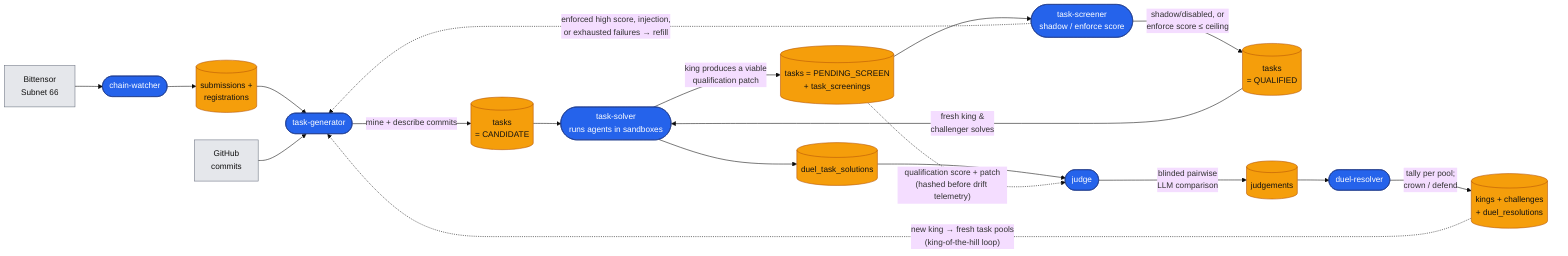
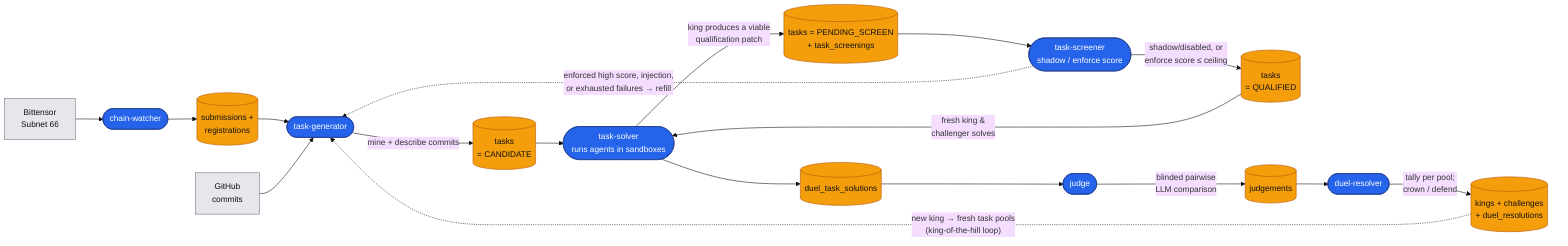
%%{init: {"theme": "base", "themeVariables": {"fontSize": "15px"}}}%%
flowchart LR
    chain["Bittensor<br/>Subnet 66"]
    gh["GitHub<br/>commits"]

    cw(["chain-watcher"])
    tg(["task-generator"])
    ts(["task-solver<br/>runs agents in sandboxes"])
    sc(["task-screener<br/>shadow / enforce score"])
    jd(["judge"])
    dr(["duel-resolver"])

    subm[("submissions +<br/>registrations")]
    tasks[("tasks<br/>= CANDIDATE")]
    screening[("tasks = PENDING_SCREEN<br/>+ task_screenings")]
    qualified[("tasks<br/>= QUALIFIED")]
    solutions[("duel_task_solutions")]
    judg[("judgements")]
    reign[("kings + challenges<br/>+ duel_resolutions")]

    chain --> cw --> subm
    subm --> tg
    gh --> tg
    tg -->|"mine + describe commits"| tasks
    tasks --> ts
    ts -->|"king produces a viable<br/>qualification patch"| screening
    screening --> sc
    sc -->|"shadow/disabled, or<br/>enforce score ≤ ceiling"| qualified
    sc -.->|"enforced high score, injection,<br/>or exhausted failures → refill"| tg
    qualified -->|"fresh king &amp;<br/>challenger solves"| ts
    ts --> solutions
    solutions --> jd
-     screening -.->|"qualification score + patch<br/>(hashed before drift telemetry)"| jd
    jd -->|"blinded pairwise<br/>LLM comparison"| judg
    judg --> dr
    dr -->|"tally per pool;<br/>crown / defend"| reign
    reign -.->|"new king → fresh task pools<br/>(king-of-the-hill loop)"| tg

    classDef worker fill:#2563eb,stroke:#1e3a8a,color:#fff;
    classDef store fill:#f59e0b,stroke:#b45309,color:#111;
    classDef ext fill:#e5e7eb,stroke:#6b7280,color:#111;
    class cw,tg,ts,sc,jd,dr worker;
    class subm,tasks,screening,qualified,solutions,judg,reign store;
    class chain,gh ext;
